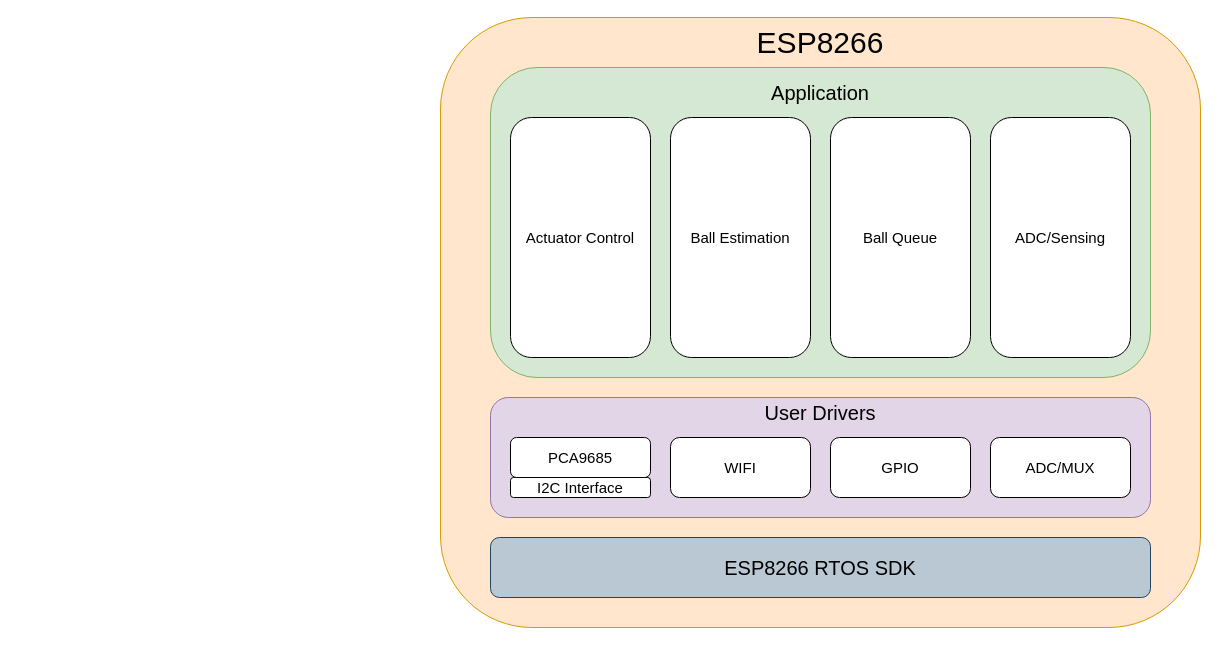
Earlier version of the draw.io diagram firmware/diagrams/firmwareStack.drawio (ethanabraham639/Capstone-2025). Source tidied: cells renumbered, new cells numbered last; positions are measured from the earlier drawing's top-left corner, leaving out a move shared by most shapes. Both pictures are drawn from the tidied source at 100%, with x=0, y=0 at pixel (440, 17).
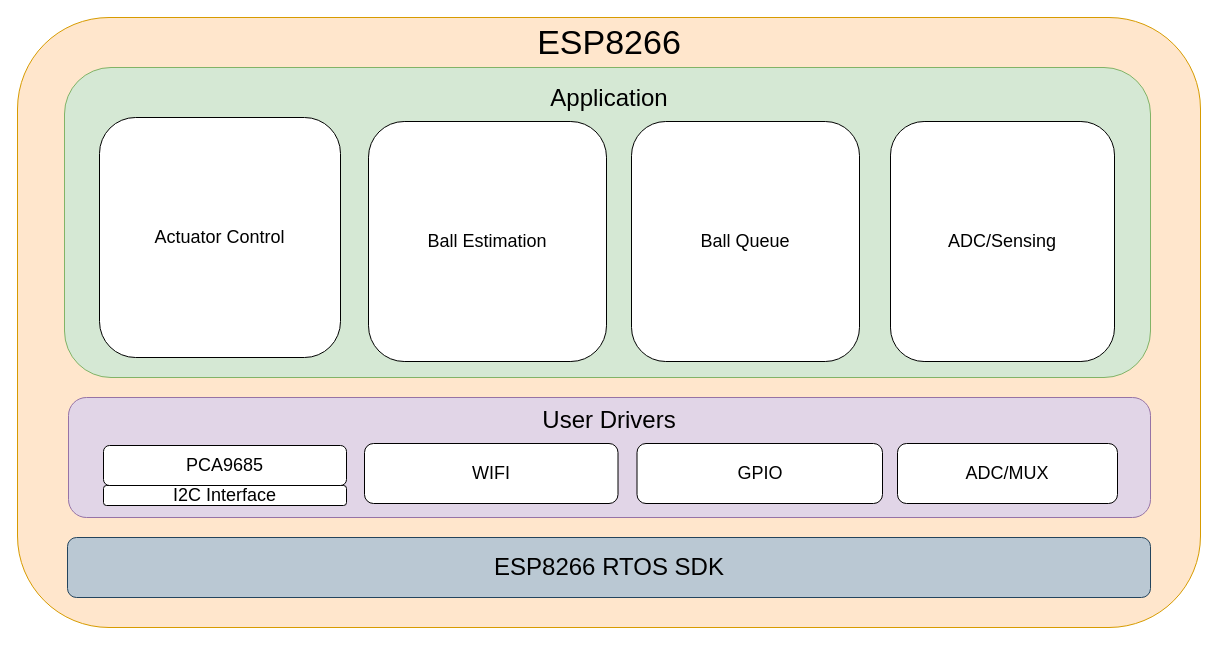
Above is the later version.

Commit message (it also covers changes not shown here):
update firmware diagrams

Change to the diagram source:
```diff
@@
 <mxGraphModel>
   <root>
     <mxCell id="0" />
     <mxCell id="1" parent="0" />
     <mxCell id="2" style="rounded=1;whiteSpace=wrap;html=1;fillColor=#ffe6cc;strokeColor=#d79b00;" parent="1" vertex="1">
-      <mxGeometry width="760" height="610" as="geometry" />
+      <mxGeometry x="-423" width="1183" height="610" as="geometry" />
     </mxCell>
     <mxCell id="3" style="rounded=1;whiteSpace=wrap;html=1;fillColor=#bac8d3;strokeColor=#23445d;" parent="1" vertex="1">
-      <mxGeometry x="50" y="520" width="660" height="60" as="geometry" />
+      <mxGeometry x="-373" y="520" width="1083" height="60" as="geometry" />
     </mxCell>
     <mxCell id="4" style="rounded=1;whiteSpace=wrap;html=1;fillColor=#e1d5e7;strokeColor=#9673a6;" parent="1" vertex="1">
-      <mxGeometry x="50" y="380" width="660" height="120" as="geometry" />
+      <mxGeometry x="-372" y="380" width="1082" height="120" as="geometry" />
     </mxCell>
     <mxCell id="5" style="rounded=1;whiteSpace=wrap;html=1;fillColor=#d5e8d4;strokeColor=#82b366;" parent="1" vertex="1">
-      <mxGeometry x="50" y="50" width="660" height="310" as="geometry" />
+      <mxGeometry x="-376" y="50" width="1086" height="310" as="geometry" />
     </mxCell>
-    <mxCell id="6" value="ESP8266" style="text;html=1;align=center;verticalAlign=middle;whiteSpace=wrap;rounded=0;fontSize=30;" parent="1" vertex="1">
-      <mxGeometry x="300" y="10" width="160" height="30" as="geometry" />
+    <mxCell id="6" value="&lt;font style=&quot;font-size: 34px;&quot;&gt;ESP8266&lt;/font&gt;" style="text;html=1;align=center;verticalAlign=middle;whiteSpace=wrap;rounded=0;fontSize=30;" parent="1" vertex="1">
+      <mxGeometry x="89" y="10" width="160" height="30" as="geometry" />
     </mxCell>
-    <mxCell id="7" value="Application" style="text;html=1;align=center;verticalAlign=middle;whiteSpace=wrap;rounded=0;fontSize=20;" parent="1" vertex="1">
-      <mxGeometry x="320" y="60" width="120" height="30" as="geometry" />
+    <mxCell id="7" value="&lt;font style=&quot;font-size: 24px;&quot;&gt;Application&lt;/font&gt;" style="text;html=1;align=center;verticalAlign=middle;whiteSpace=wrap;rounded=0;fontSize=20;" parent="1" vertex="1">
+      <mxGeometry x="108.5" y="66" width="120" height="30" as="geometry" />
     </mxCell>
-    <mxCell id="8" value="User Drivers" style="text;html=1;align=center;verticalAlign=middle;whiteSpace=wrap;rounded=0;fontSize=20;" parent="1" vertex="1">
-      <mxGeometry x="320" y="380" width="120" height="30" as="geometry" />
+    <mxCell id="8" value="&lt;font style=&quot;font-size: 24px;&quot;&gt;User Drivers&lt;/font&gt;" style="text;html=1;align=center;verticalAlign=middle;whiteSpace=wrap;rounded=0;fontSize=20;" parent="1" vertex="1">
+      <mxGeometry x="87.8" y="388" width="161.5" height="30" as="geometry" />
     </mxCell>
-    <mxCell id="9" value="ESP8266 RTOS SDK" style="text;html=1;align=center;verticalAlign=middle;whiteSpace=wrap;rounded=0;fontSize=20;" parent="1" vertex="1">
-      <mxGeometry x="270" y="535" width="220" height="30" as="geometry" />
+    <mxCell id="9" value="&lt;font style=&quot;font-size: 24px;&quot;&gt;ESP8266 RTOS SDK&lt;/font&gt;" style="text;html=1;align=center;verticalAlign=middle;whiteSpace=wrap;rounded=0;fontSize=20;" parent="1" vertex="1">
+      <mxGeometry x="39.5" y="535" width="258" height="30" as="geometry" />
     </mxCell>
-    <mxCell id="10" value="&lt;font style=&quot;font-size: 15px;&quot;&gt;WIFI&lt;/font&gt;" style="rounded=1;whiteSpace=wrap;html=1;" parent="1" vertex="1">
-      <mxGeometry x="230" y="420" width="140" height="60" as="geometry" />
+    <mxCell id="10" value="&lt;font style=&quot;font-size: 18px;&quot;&gt;WIFI&lt;/font&gt;" style="rounded=1;whiteSpace=wrap;html=1;" parent="1" vertex="1">
+      <mxGeometry x="-76" y="426" width="253.5" height="60" as="geometry" />
     </mxCell>
-    <mxCell id="11" value="&lt;font style=&quot;font-size: 15px;&quot;&gt;GPIO&lt;/font&gt;" style="rounded=1;whiteSpace=wrap;html=1;" parent="1" vertex="1">
-      <mxGeometry x="390" y="420" width="140" height="60" as="geometry" />
+    <mxCell id="11" value="&lt;font style=&quot;font-size: 18px;&quot;&gt;GPIO&lt;/font&gt;" style="rounded=1;whiteSpace=wrap;html=1;" parent="1" vertex="1">
+      <mxGeometry x="196.5" y="426" width="245.5" height="60" as="geometry" />
     </mxCell>
-    <mxCell id="12" value="&lt;font style=&quot;font-size: 15px;&quot;&gt;ADC/MUX&lt;/font&gt;" style="rounded=1;whiteSpace=wrap;html=1;" parent="1" vertex="1">
-      <mxGeometry x="550" y="420" width="140" height="60" as="geometry" />
+    <mxCell id="12" value="&lt;font style=&quot;font-size: 18px;&quot;&gt;ADC/MUX&lt;/font&gt;" style="rounded=1;whiteSpace=wrap;html=1;" parent="1" vertex="1">
+      <mxGeometry x="457" y="426" width="220" height="60" as="geometry" />
     </mxCell>
     <mxCell id="13" style="group;" parent="1" vertex="1">
-      <mxGeometry x="70" y="420" width="140" height="60" as="geometry" />
+      <mxGeometry x="-337" y="428" width="243" height="60" as="geometry" />
     </mxCell>
-    <mxCell id="14" value="&lt;font style=&quot;font-size: 15px;&quot;&gt;I2C Interface&lt;/font&gt;" style="rounded=1;whiteSpace=wrap;html=1;" parent="13" vertex="1">
-      <mxGeometry y="40" width="140" height="20" as="geometry" />
+    <mxCell id="14" value="&lt;font style=&quot;font-size: 18px;&quot;&gt;I2C Interface&lt;/font&gt;" style="rounded=1;whiteSpace=wrap;html=1;" parent="13" vertex="1">
+      <mxGeometry y="40" width="243" height="20" as="geometry" />
     </mxCell>
-    <mxCell id="15" value="&lt;font style=&quot;font-size: 15px;&quot;&gt;PCA9685&lt;/font&gt;" style="rounded=1;whiteSpace=wrap;html=1;" parent="13" vertex="1">
-      <mxGeometry width="140" height="40" as="geometry" />
+    <mxCell id="15" value="&lt;font style=&quot;font-size: 18px;&quot;&gt;PCA9685&lt;/font&gt;" style="rounded=1;whiteSpace=wrap;html=1;" parent="13" vertex="1">
+      <mxGeometry width="243" height="40" as="geometry" />
     </mxCell>
-    <mxCell id="16" value="&lt;font style=&quot;font-size: 15px;&quot;&gt;Actuator Control&lt;/font&gt;" style="rounded=1;whiteSpace=wrap;html=1;fontSize=15;" parent="1" vertex="1">
-      <mxGeometry x="70" y="100" width="140" height="240" as="geometry" />
-    </mxCell>
-    <mxCell id="17" value="&lt;font style=&quot;font-size: 15px;&quot;&gt;Ball Estimation&lt;/font&gt;" style="rounded=1;whiteSpace=wrap;html=1;fontSize=15;" parent="1" vertex="1">
-      <mxGeometry x="230" y="100" width="140" height="240" as="geometry" />
+    <mxCell id="17" value="&lt;font style=&quot;font-size: 18px;&quot;&gt;Actuator Control&lt;/font&gt;" style="rounded=1;whiteSpace=wrap;html=1;fontSize=15;" parent="1" vertex="1">
+      <mxGeometry x="-341" y="100" width="241" height="240" as="geometry" />
     </mxCell>
+    <mxCell id="19" value="&lt;font style=&quot;font-size: 18px;&quot;&gt;ADC/Sensing&lt;/font&gt;" style="rounded=1;whiteSpace=wrap;html=1;fontSize=15;" parent="1" vertex="1">
+      <mxGeometry x="450" y="104" width="224" height="240" as="geometry" />
+    </mxCell>
-    <mxCell id="18" value="&lt;font style=&quot;font-size: 15px;&quot;&gt;Ball Queue&lt;/font&gt;" style="rounded=1;whiteSpace=wrap;html=1;" parent="1" vertex="1">
-      <mxGeometry x="390" y="100" width="140" height="240" as="geometry" />
+    <mxCell id="18" value="&lt;font style=&quot;font-size: 18px;&quot;&gt;Ball Queue&lt;/font&gt;" style="rounded=1;whiteSpace=wrap;html=1;fontSize=15;" parent="1" vertex="1">
+      <mxGeometry x="191" y="104" width="228" height="240" as="geometry" />
     </mxCell>
-    <mxCell id="19" value="&lt;font style=&quot;font-size: 15px;&quot;&gt;ADC/Sensing&lt;/font&gt;" style="rounded=1;whiteSpace=wrap;html=1;" parent="1" vertex="1">
-      <mxGeometry x="550" y="100" width="140" height="240" as="geometry" />
-    </mxCell>
+    <mxCell id="20" value="&lt;font style=&quot;font-size: 18px;&quot;&gt;Ball Estimation&lt;/font&gt;" style="rounded=1;whiteSpace=wrap;html=1;fontSize=15;" parent="1" vertex="1">
+      <mxGeometry x="-72" y="104" width="238" height="240" as="geometry" />
+    </mxCell>
   </root>
 </mxGraphModel>
```
